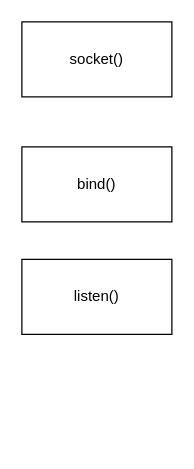
Before: socket.drawio in catface996/images, a draw.io diagram. Source tidied: cells renumbered, new cells numbered last; positions are measured from the earlier drawing's top-left corner, leaving out a move shared by most shapes. Both pictures are drawn from the tidied source at 125%, with x=0, y=0 at pixel (21, 21).
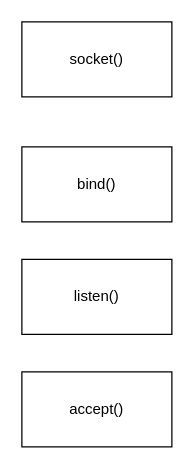
The same diagram, later.

The edit, as a diff of the source:
```diff
@@
 <mxGraphModel>
   <root>
     <mxCell id="0" />
     <mxCell id="1" parent="0" />
     <mxCell id="2" value="socket()" style="rounded=0;whiteSpace=wrap;html=1;" parent="1" vertex="1">
       <mxGeometry width="120" height="60" as="geometry" />
     </mxCell>
     <mxCell id="3" value="bind()" style="rounded=0;whiteSpace=wrap;html=1;" parent="1" vertex="1">
       <mxGeometry y="100" width="120" height="60" as="geometry" />
     </mxCell>
     <mxCell id="4" value="listen()" style="rounded=0;whiteSpace=wrap;html=1;" parent="1" vertex="1">
       <mxGeometry y="190" width="120" height="60" as="geometry" />
     </mxCell>
+    <mxCell id="5" value="accept()" style="rounded=0;whiteSpace=wrap;html=1;" parent="1" vertex="1">
+      <mxGeometry y="280" width="120" height="60" as="geometry" />
+    </mxCell>
   </root>
 </mxGraphModel>
```
